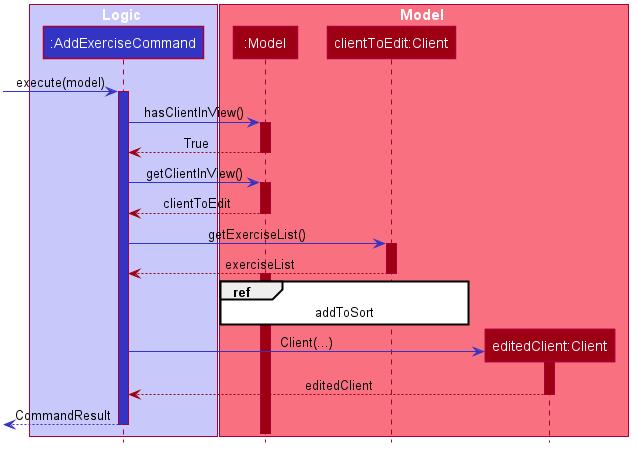
Earlier version of the PlantUML export docs/images/AddExerciseCommandSequenceDiagram.png (nus-cs2103-AY1920S2/addressbook-level3).
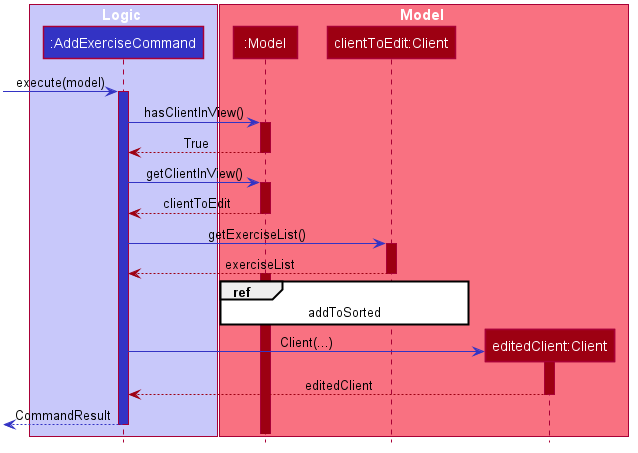
After the commit.

Commit message:
change diagram and rearrange for better flow

The edit, as a diff of the source:
```diff
@@ -79,7 +79,7 @@
 
 activate model #9D0012
 ref over model, client
-    addToSort
+    addToSorted
 end ref
 
 AddExerciseCommand -[#3333C4]> client2 ** : Client(...)
```
